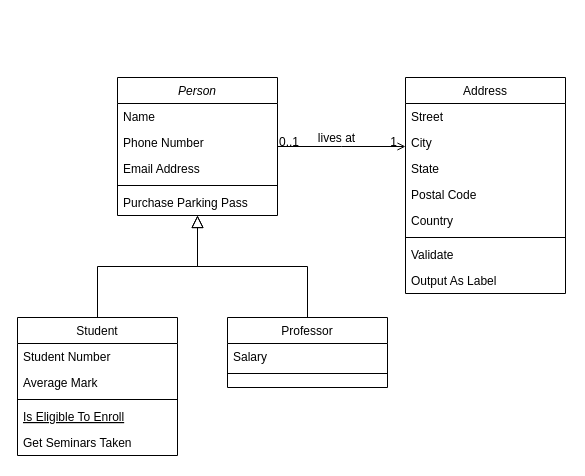
Ziqi222/name.c keeps this draw.io diagram as Web_practice.drawio. Above is the earlier version. Source tidied: cells renumbered, new cells numbered last; positions are measured from the earlier drawing's top-left corner, leaving out a move shared by most shapes. Both pictures are drawn from the tidied source at 100%, with x=0, y=0 at pixel (17, 77).
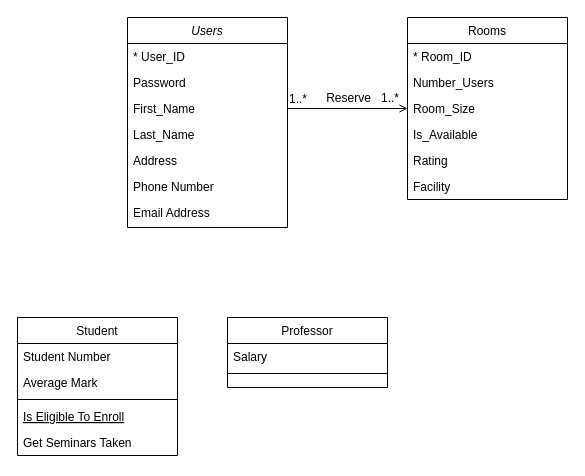
Above is the later version.

Unchanged cells that the change refers to:
```xml
<mxCell id="8" value="Student" style="swimlane;fontStyle=0;align=center;verticalAlign=top;horizontal=1;startSize=26;rounded=0;shadow=0;strokeWidth=1;" parent="1" vertex="1">
  <mxGeometry y="240" width="160" height="138" as="geometry" />
</mxCell>
<mxCell id="15" value="Professor" style="swimlane;fontStyle=0;align=center;verticalAlign=top;horizontal=1;startSize=26;rounded=0;shadow=0;strokeWidth=1;" parent="1" vertex="1">
  <mxGeometry x="210" y="240" width="160" height="70" as="geometry" />
</mxCell>
<mxCell id="28" style="endArrow=open;shadow=0;strokeWidth=1;rounded=0;endFill=1;edgeStyle=elbowEdgeStyle;elbow=vertical;" parent="1" edge="1" source="2" target="19">
  <mxGeometry x="0.5" y="41" relative="1" as="geometry">
    <mxPoint x="-40" y="32" as="offset" />
  </mxGeometry>
</mxCell>
```

The edit, as a diff of the source:
```diff
@@
-    <mxCell id="2" value="Person" style="swimlane;fontStyle=2;align=center;verticalAlign=top;horizontal=1;startSize=26;rounded=0;shadow=0;strokeWidth=1;" parent="1" vertex="1">
-      <mxGeometry x="100" width="160" height="138" as="geometry" />
+    <mxCell id="2" value="Users" style="swimlane;fontStyle=2;align=center;verticalAlign=top;horizontal=1;startSize=26;rounded=0;shadow=0;strokeWidth=1;" parent="1" vertex="1">
+      <mxGeometry x="110" y="-60" width="160" height="210" as="geometry" />
     </mxCell>
-    <mxCell id="3" value="Name" style="text;align=left;verticalAlign=top;spacingLeft=4;spacingRight=4;overflow=hidden;" parent="2" vertex="1">
+    <mxCell id="3" value="* User_ID" style="text;align=left;verticalAlign=top;spacingLeft=4;spacingRight=4;overflow=hidden;" parent="2" vertex="1">
       <mxGeometry y="26" width="160" height="26" as="geometry" />
     </mxCell>
+    <mxCell id="32" value="Password" style="text;align=left;verticalAlign=top;spacingLeft=4;spacingRight=4;overflow=hidden;rounded=0;shadow=0;html=0;" parent="2" vertex="1">
+      <mxGeometry y="52" width="160" height="26" as="geometry" />
+    </mxCell>
+    <mxCell id="33" value="First_Name" style="text;align=left;verticalAlign=top;spacingLeft=4;spacingRight=4;overflow=hidden;rounded=0;shadow=0;html=0;" parent="2" vertex="1">
+      <mxGeometry y="78" width="160" height="26" as="geometry" />
+    </mxCell>
+    <mxCell id="34" value="Last_Name" style="text;align=left;verticalAlign=top;spacingLeft=4;spacingRight=4;overflow=hidden;rounded=0;shadow=0;html=0;" parent="2" vertex="1">
+      <mxGeometry y="104" width="160" height="26" as="geometry" />
+    </mxCell>
+    <mxCell id="35" value="Address" style="text;align=left;verticalAlign=top;spacingLeft=4;spacingRight=4;overflow=hidden;rounded=0;shadow=0;html=0;" parent="2" vertex="1">
+      <mxGeometry y="130" width="160" height="26" as="geometry" />
+    </mxCell>
     <mxCell id="4" value="Phone Number" style="text;align=left;verticalAlign=top;spacingLeft=4;spacingRight=4;overflow=hidden;rounded=0;shadow=0;html=0;" parent="2" vertex="1">
-      <mxGeometry y="52" width="160" height="26" as="geometry" />
+      <mxGeometry y="156" width="160" height="26" as="geometry" />
     </mxCell>
     <mxCell id="5" value="Email Address" style="text;align=left;verticalAlign=top;spacingLeft=4;spacingRight=4;overflow=hidden;rounded=0;shadow=0;html=0;" parent="2" vertex="1">
-      <mxGeometry y="78" width="160" height="26" as="geometry" />
+      <mxGeometry y="182" width="160" height="26" as="geometry" />
     </mxCell>
-    <mxCell id="6" style="line;html=1;strokeWidth=1;align=left;verticalAlign=middle;spacingTop=-1;spacingLeft=3;spacingRight=3;labelPosition=right;" parent="2" vertex="1">
-      <mxGeometry y="104" width="160" height="8" as="geometry" />
-    </mxCell>
-    <mxCell id="7" value="Purchase Parking Pass" style="text;align=left;verticalAlign=top;spacingLeft=4;spacingRight=4;overflow=hidden;" parent="2" vertex="1">
-      <mxGeometry y="112" width="160" height="26" as="geometry" />
-    </mxCell>
@@
-    <mxCell id="14" style="endArrow=block;endSize=10;endFill=0;shadow=0;strokeWidth=1;rounded=0;edgeStyle=elbowEdgeStyle;elbow=vertical;" parent="1" edge="1" source="8" target="2">
-      <mxGeometry relative="1" as="geometry" />
-    </mxCell>
@@
-    <mxCell id="18" style="endArrow=block;endSize=10;endFill=0;shadow=0;strokeWidth=1;rounded=0;edgeStyle=elbowEdgeStyle;elbow=vertical;" parent="1" edge="1" source="15" target="2">
-      <mxGeometry relative="1" as="geometry" />
-    </mxCell>
-    <mxCell id="19" value="Address" style="swimlane;fontStyle=0;align=center;verticalAlign=top;horizontal=1;startSize=26;rounded=0;shadow=0;strokeWidth=1;" parent="1" vertex="1">
-      <mxGeometry x="388" width="160" height="216" as="geometry" />
+    <mxCell id="19" value="Rooms" style="swimlane;fontStyle=0;align=center;verticalAlign=top;horizontal=1;startSize=26;rounded=0;shadow=0;strokeWidth=1;" parent="1" vertex="1">
+      <mxGeometry x="390" y="-60" width="160" height="182" as="geometry" />
     </mxCell>
-    <mxCell id="20" value="Street" style="text;align=left;verticalAlign=top;spacingLeft=4;spacingRight=4;overflow=hidden;" parent="19" vertex="1">
+    <mxCell id="20" value="* Room_ID" style="text;align=left;verticalAlign=top;spacingLeft=4;spacingRight=4;overflow=hidden;" parent="19" vertex="1">
       <mxGeometry y="26" width="160" height="26" as="geometry" />
     </mxCell>
-    <mxCell id="21" value="City" style="text;align=left;verticalAlign=top;spacingLeft=4;spacingRight=4;overflow=hidden;rounded=0;shadow=0;html=0;" parent="19" vertex="1">
+    <mxCell id="21" value="Number_Users" style="text;align=left;verticalAlign=top;spacingLeft=4;spacingRight=4;overflow=hidden;rounded=0;shadow=0;html=0;" parent="19" vertex="1">
       <mxGeometry y="52" width="160" height="26" as="geometry" />
     </mxCell>
-    <mxCell id="22" value="State" style="text;align=left;verticalAlign=top;spacingLeft=4;spacingRight=4;overflow=hidden;rounded=0;shadow=0;html=0;" parent="19" vertex="1">
+    <mxCell id="22" value="Room_Size" style="text;align=left;verticalAlign=top;spacingLeft=4;spacingRight=4;overflow=hidden;rounded=0;shadow=0;html=0;" parent="19" vertex="1">
       <mxGeometry y="78" width="160" height="26" as="geometry" />
     </mxCell>
-    <mxCell id="23" value="Postal Code" style="text;align=left;verticalAlign=top;spacingLeft=4;spacingRight=4;overflow=hidden;rounded=0;shadow=0;html=0;" parent="19" vertex="1">
-      <mxGeometry y="104" width="160" height="26" as="geometry" />
-    </mxCell>
-    <mxCell id="24" value="Country" style="text;align=left;verticalAlign=top;spacingLeft=4;spacingRight=4;overflow=hidden;rounded=0;shadow=0;html=0;" parent="19" vertex="1">
-      <mxGeometry y="130" width="160" height="26" as="geometry" />
+    <mxCell id="24" value="Is_Available" style="text;align=left;verticalAlign=top;spacingLeft=4;spacingRight=4;overflow=hidden;rounded=0;shadow=0;html=0;" parent="19" vertex="1">
+      <mxGeometry y="104" width="160" height="26" as="geometry" />
     </mxCell>
-    <mxCell id="25" style="line;html=1;strokeWidth=1;align=left;verticalAlign=middle;spacingTop=-1;spacingLeft=3;spacingRight=3;labelPosition=right;" parent="19" vertex="1">
-      <mxGeometry y="156" width="160" height="8" as="geometry" />
-    </mxCell>
-    <mxCell id="26" value="Validate" style="text;align=left;verticalAlign=top;spacingLeft=4;spacingRight=4;overflow=hidden;" parent="19" vertex="1">
-      <mxGeometry y="164" width="160" height="26" as="geometry" />
-    </mxCell>
-    <mxCell id="27" value="Output As Label" style="text;align=left;verticalAlign=top;spacingLeft=4;spacingRight=4;overflow=hidden;" parent="19" vertex="1">
-      <mxGeometry y="190" width="160" height="26" as="geometry" />
-    </mxCell>
+    <mxCell id="36" value="Rating" style="text;align=left;verticalAlign=top;spacingLeft=4;spacingRight=4;overflow=hidden;rounded=0;shadow=0;html=0;" parent="19" vertex="1">
+      <mxGeometry y="130" width="160" height="26" as="geometry" />
+    </mxCell>
+    <mxCell id="37" value="Facility" style="text;align=left;verticalAlign=top;spacingLeft=4;spacingRight=4;overflow=hidden;rounded=0;shadow=0;html=0;" parent="19" vertex="1">
+      <mxGeometry y="156" width="160" height="26" as="geometry" />
+    </mxCell>
@@
-    <mxCell id="29" value="0..1" style="align=left;verticalAlign=bottom;labelBackgroundColor=none;fontSize=12;" parent="28" vertex="1">
+    <mxCell id="29" value="1..*" style="align=left;verticalAlign=bottom;labelBackgroundColor=none;fontSize=12;" parent="28" vertex="1">
       <mxGeometry x="-1" relative="1" as="geometry">
-        <mxPoint y="4" as="offset" />
+        <mxPoint y="-1" as="offset" />
       </mxGeometry>
     </mxCell>
-    <mxCell id="30" value="1" style="align=right;verticalAlign=bottom;labelBackgroundColor=none;fontSize=12;" parent="28" vertex="1">
-      <mxGeometry x="1" relative="1" as="geometry">
-        <mxPoint x="-7" y="4" as="offset" />
-      </mxGeometry>
-    </mxCell>
-    <mxCell id="31" value="lives at" style="text;html=1;align=center;verticalAlign=middle;labelBackgroundColor=none;rounded=0;shadow=0;strokeWidth=1;fontSize=12;" parent="28" vertex="1">
+    <mxCell id="31" value="Reserve" style="text;html=1;align=center;verticalAlign=middle;labelBackgroundColor=none;rounded=0;shadow=0;strokeWidth=1;fontSize=12;" parent="28" vertex="1">
       <mxGeometry x="0.5" y="49" relative="1" as="geometry">
-        <mxPoint x="-38" y="40" as="offset" />
+        <mxPoint x="-30" y="38" as="offset" />
       </mxGeometry>
     </mxCell>
+    <mxCell id="38" value="1..*" style="align=left;verticalAlign=bottom;labelBackgroundColor=none;fontSize=12;" parent="1" vertex="1">
+      <mxGeometry x="370" y="70" as="geometry">
+        <mxPoint x="-8" y="-41" as="offset" />
+      </mxGeometry>
+    </mxCell>
```
